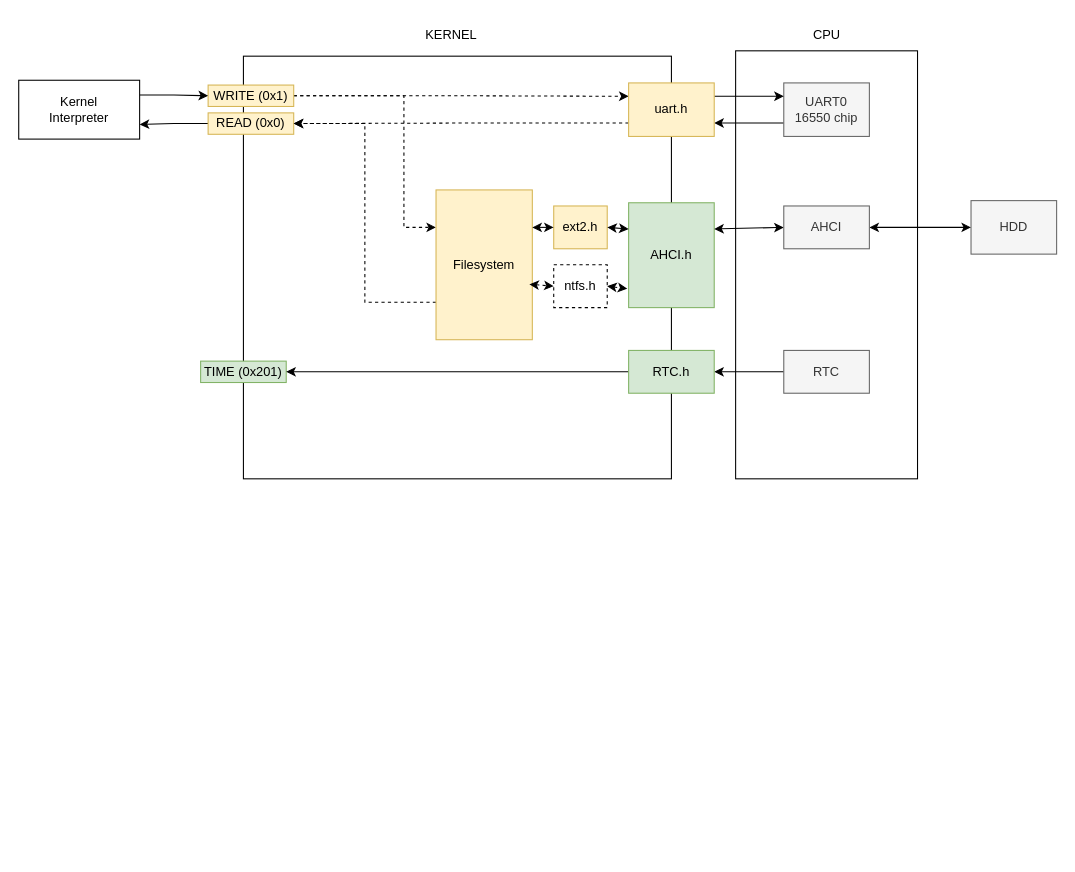
Before: page "Overview" (1 of 2) of docs/Mkernel.drawio in davidemorazzo/MochiSoft, a draw.io diagram. Source tidied: cells renumbered, new cells numbered last; positions are measured from the earlier drawing's top-left corner, leaving out a move shared by most shapes. Both pictures are drawn from the tidied source at 107%, with x=0, y=0 at pixel (18, 18).
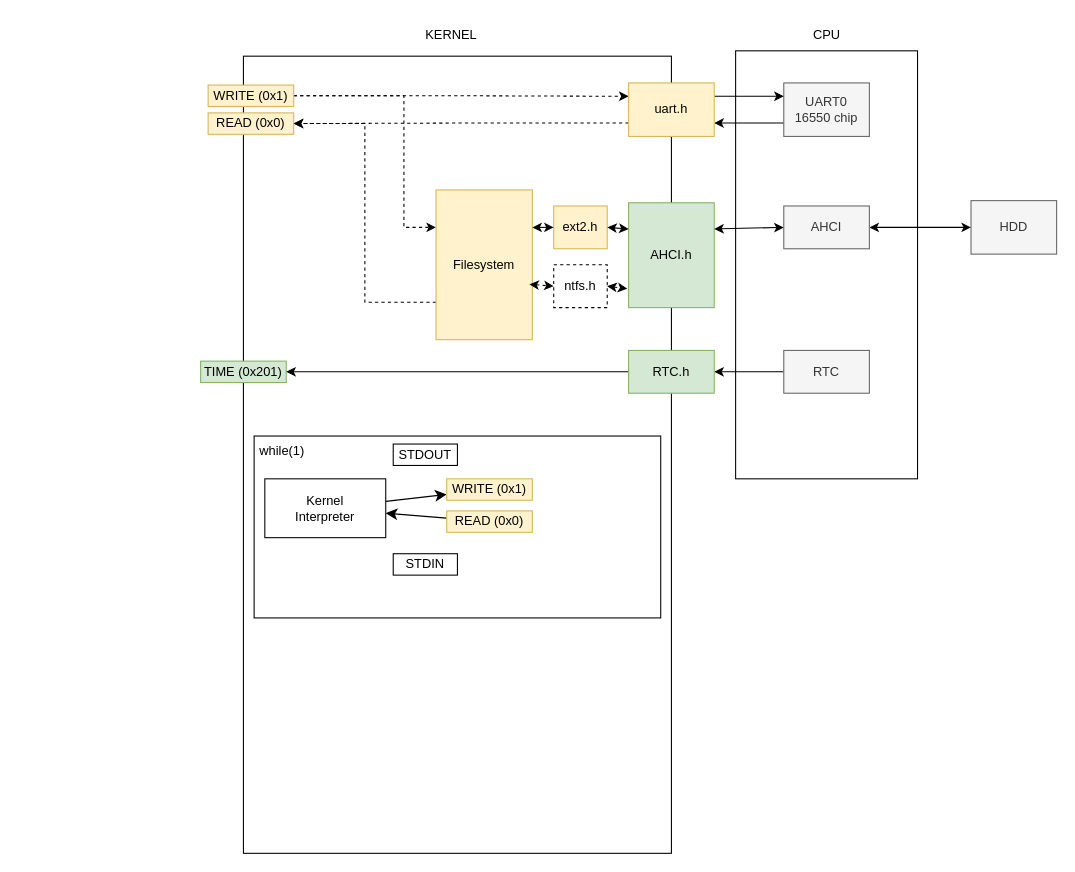
The same page after the edit.

The change refers to these unchanged cells:
```xml
<mxCell id="6" value="WRITE (0x1)" style="rounded=0;whiteSpace=wrap;html=1;fillColor=#fff2cc;strokeColor=#d6b656;" parent="1" vertex="1">
  <mxGeometry x="177" y="62" width="80" height="20" as="geometry" />
</mxCell>
<mxCell id="8" value="READ (0x0)" style="rounded=0;whiteSpace=wrap;html=1;fillColor=#fff2cc;strokeColor=#d6b656;" parent="1" vertex="1">
  <mxGeometry x="177" y="88" width="80" height="20" as="geometry" />
</mxCell>
```

The edit, as a diff of the source:
```diff
@@
     <mxCell id="3" style="rounded=0;whiteSpace=wrap;html=1;" parent="1" vertex="1">
-      <mxGeometry x="210" y="35" width="400" height="395" as="geometry" />
+      <mxGeometry x="210" y="35" width="400" height="745" as="geometry" />
     </mxCell>
@@
-    <mxCell id="7" style="edgeStyle=orthogonalEdgeStyle;rounded=0;jettySize=auto;html=1;exitX=0;exitY=0.5;exitDx=0;exitDy=0;entryX=1;entryY=0.75;entryDx=0;entryDy=0;" parent="1" edge="1" source="8" target="20">
-      <mxGeometry relative="1" as="geometry" />
-    </mxCell>
@@
-    <mxCell id="19" style="edgeStyle=orthogonalEdgeStyle;rounded=0;jettySize=auto;html=1;exitX=1;exitY=0.25;exitDx=0;exitDy=0;entryX=0;entryY=0.5;entryDx=0;entryDy=0;" parent="1" edge="1" source="20" target="6">
-      <mxGeometry relative="1" as="geometry" />
-    </mxCell>
-    <mxCell id="20" value="Kernel&lt;div&gt;Interpreter&lt;/div&gt;" style="rounded=0;whiteSpace=wrap;html=1;" parent="1" vertex="1">
-      <mxGeometry y="57.5" width="113" height="55" as="geometry" />
-    </mxCell>
@@
+    <mxCell id="36" value="&amp;nbsp;while(1)" style="rounded=0;whiteSpace=wrap;html=1;verticalAlign=top;align=left;" parent="1" vertex="1">
+      <mxGeometry x="220" y="390" width="380" height="170" as="geometry" />
+    </mxCell>
+    <mxCell id="37" style="edgeStyle=none;curved=1;rounded=0;jettySize=auto;html=1;fontSize=12;startSize=8;endSize=8;" parent="1" edge="1" source="20" target="40">
+      <mxGeometry relative="1" as="geometry" />
+    </mxCell>
+    <mxCell id="20" value="Kernel&lt;div&gt;Interpreter&lt;/div&gt;" style="rounded=0;whiteSpace=wrap;html=1;" parent="1" vertex="1">
+      <mxGeometry x="230" y="430" width="113" height="55" as="geometry" />
+    </mxCell>
+    <mxCell id="38" style="edgeStyle=none;curved=1;rounded=0;jettySize=auto;html=1;fontSize=12;startSize=8;endSize=8;" parent="1" edge="1" source="39" target="20">
+      <mxGeometry relative="1" as="geometry" />
+    </mxCell>
+    <mxCell id="39" value="READ (0x0)" style="rounded=0;whiteSpace=wrap;html=1;fillColor=#fff2cc;strokeColor=#d6b656;" parent="1" vertex="1">
+      <mxGeometry x="400" y="460" width="80" height="20" as="geometry" />
+    </mxCell>
+    <mxCell id="40" value="WRITE (0x1)" style="rounded=0;whiteSpace=wrap;html=1;fillColor=#fff2cc;strokeColor=#d6b656;" parent="1" vertex="1">
+      <mxGeometry x="400" y="430" width="80" height="20" as="geometry" />
+    </mxCell>
+    <mxCell id="41" value="STDIN" style="rounded=0;whiteSpace=wrap;html=1;" parent="1" vertex="1">
+      <mxGeometry x="350" y="500" width="60" height="20" as="geometry" />
+    </mxCell>
+    <mxCell id="42" value="STDOUT" style="rounded=0;whiteSpace=wrap;html=1;" parent="1" vertex="1">
+      <mxGeometry x="350" y="397.5" width="60" height="20" as="geometry" />
+    </mxCell>
```
